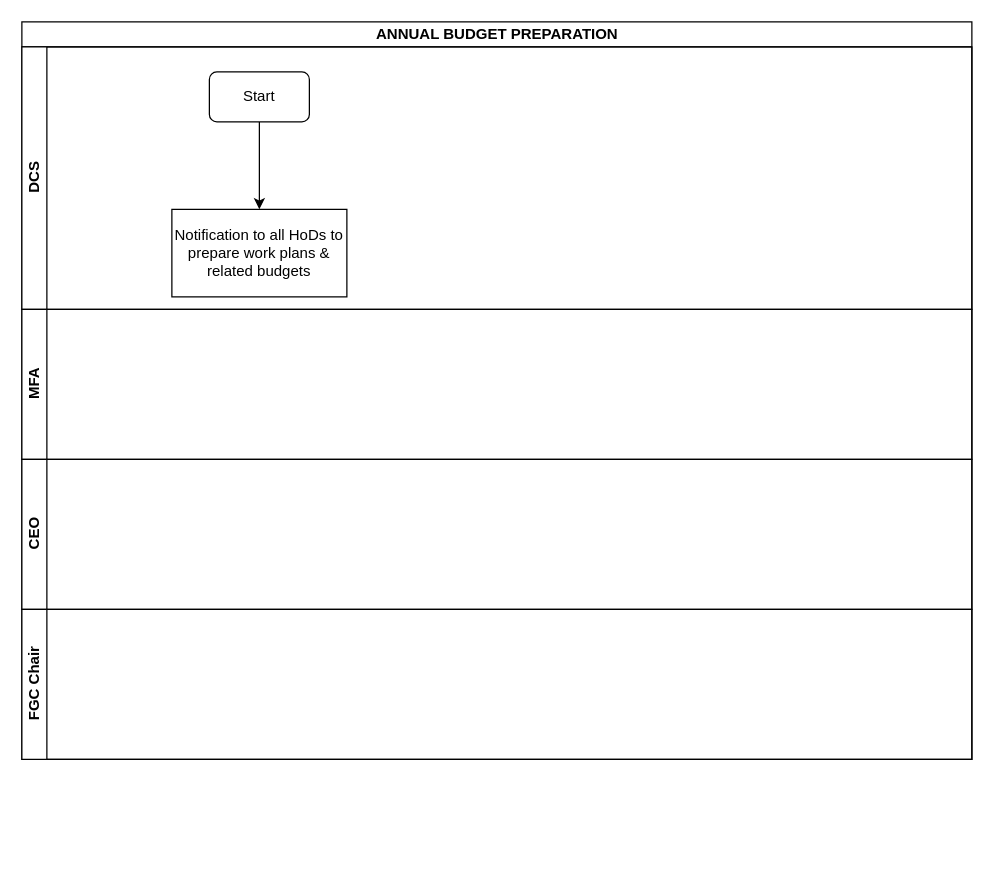
Above: LC-FIN-Annual Budget Preparation.drawio in kmagua/flowcharts (draw.io), before the change. Source tidied: cells renumbered, new cells numbered last; positions are measured from the earlier drawing's top-left corner, leaving out a move shared by most shapes. Both pictures are drawn from the tidied source at 125%, with x=0, y=0 at pixel (21, 21).
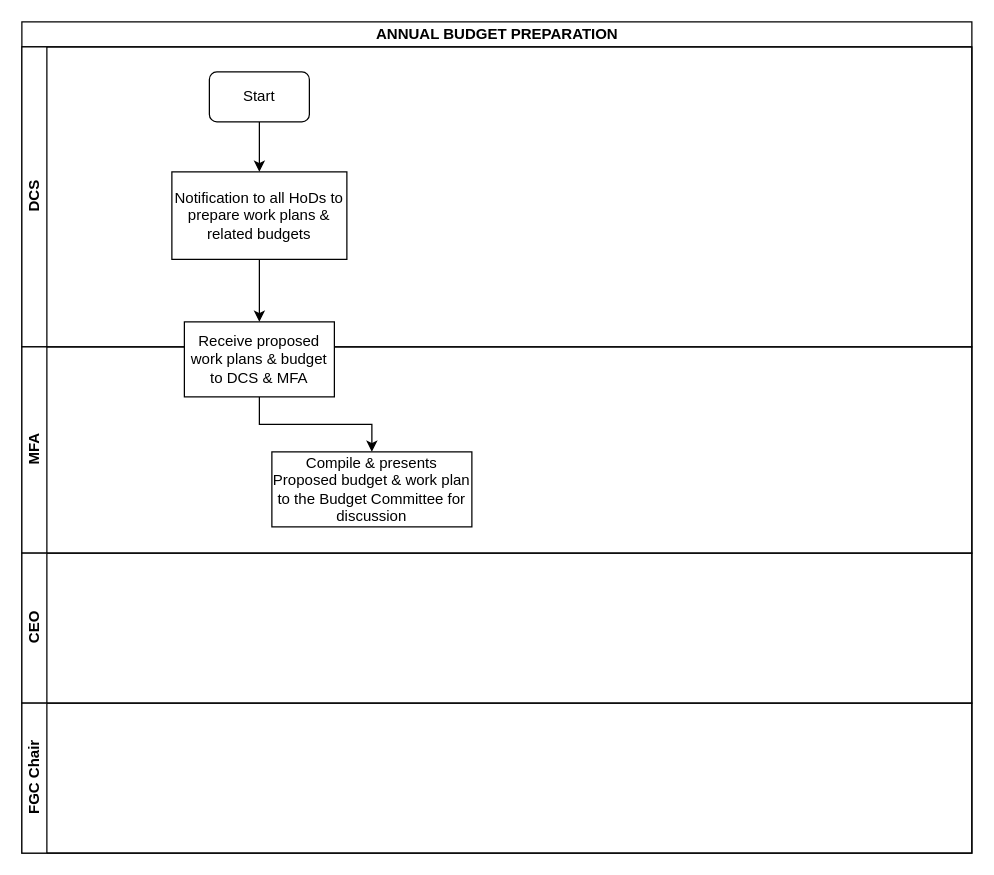
Above is the later version.

Diff of the diagram source:
```diff
@@
 <mxGraphModel>
   <root>
     <mxCell id="0" />
     <mxCell id="1" parent="0" />
     <mxCell id="2" value="ANNUAL BUDGET PREPARATION" style="swimlane;html=1;horizontal=1;startSize=20;" parent="1" vertex="1">
-      <mxGeometry width="760" height="590" as="geometry" />
+      <mxGeometry width="760" height="665" as="geometry" />
     </mxCell>
     <mxCell id="3" value="DCS" style="swimlane;html=1;startSize=20;horizontal=0;" parent="2" vertex="1">
-      <mxGeometry y="20" width="760" height="210" as="geometry" />
+      <mxGeometry y="20" width="760" height="240" as="geometry" />
     </mxCell>
     <mxCell id="4" value="Start" style="rounded=1;whiteSpace=wrap;html=1;" parent="3" vertex="1">
       <mxGeometry x="150" y="20" width="80" height="40" as="geometry" />
     </mxCell>
     <mxCell id="5" value="Notification to all HoDs to prepare work plans &amp;amp; related budgets" style="rounded=0;whiteSpace=wrap;html=1;" parent="3" vertex="1">
-      <mxGeometry x="120" y="130" width="140" height="70" as="geometry" />
+      <mxGeometry x="120" y="100" width="140" height="70" as="geometry" />
     </mxCell>
     <mxCell id="6" style="edgeStyle=orthogonalEdgeStyle;rounded=0;jettySize=auto;html=1;" parent="3" edge="1" source="4" target="5">
       <mxGeometry relative="1" as="geometry" />
     </mxCell>
     <mxCell id="7" value="MFA" style="swimlane;html=1;startSize=20;horizontal=0;" parent="2" vertex="1">
-      <mxGeometry y="230" width="760" height="120" as="geometry" />
+      <mxGeometry y="260" width="760" height="165" as="geometry" />
     </mxCell>
+    <mxCell id="10" value="Receive proposed work plans &amp;amp; budget to DCS &amp;amp; MFA" style="whiteSpace=wrap;html=1;rounded=0;" parent="7" vertex="1">
+      <mxGeometry x="130" y="-20" width="120" height="60" as="geometry" />
+    </mxCell>
+    <mxCell id="11" value="Compile &amp;amp; presents Proposed budget &amp;amp; work plan to the Budget Committee for discussion" style="whiteSpace=wrap;html=1;rounded=0;" parent="7" vertex="1">
+      <mxGeometry x="200" y="84" width="160" height="60" as="geometry" />
+    </mxCell>
+    <mxCell id="12" style="edgeStyle=orthogonalEdgeStyle;rounded=0;jettySize=auto;html=1;" parent="7" edge="1" source="10" target="11">
+      <mxGeometry relative="1" as="geometry" />
+    </mxCell>
     <mxCell id="8" value="CEO" style="swimlane;html=1;startSize=20;horizontal=0;" parent="2" vertex="1">
-      <mxGeometry y="350" width="760" height="120" as="geometry" />
+      <mxGeometry y="425" width="760" height="120" as="geometry" />
     </mxCell>
     <mxCell id="9" value="FGC Chair" style="swimlane;html=1;startSize=20;horizontal=0;" parent="2" vertex="1">
-      <mxGeometry y="470" width="760" height="120" as="geometry" />
+      <mxGeometry y="545" width="760" height="120" as="geometry" />
     </mxCell>
+    <mxCell id="13" style="edgeStyle=orthogonalEdgeStyle;rounded=0;jettySize=auto;html=1;" parent="2" edge="1" source="5" target="10">
+      <mxGeometry relative="1" as="geometry" />
+    </mxCell>
   </root>
 </mxGraphModel>
```
